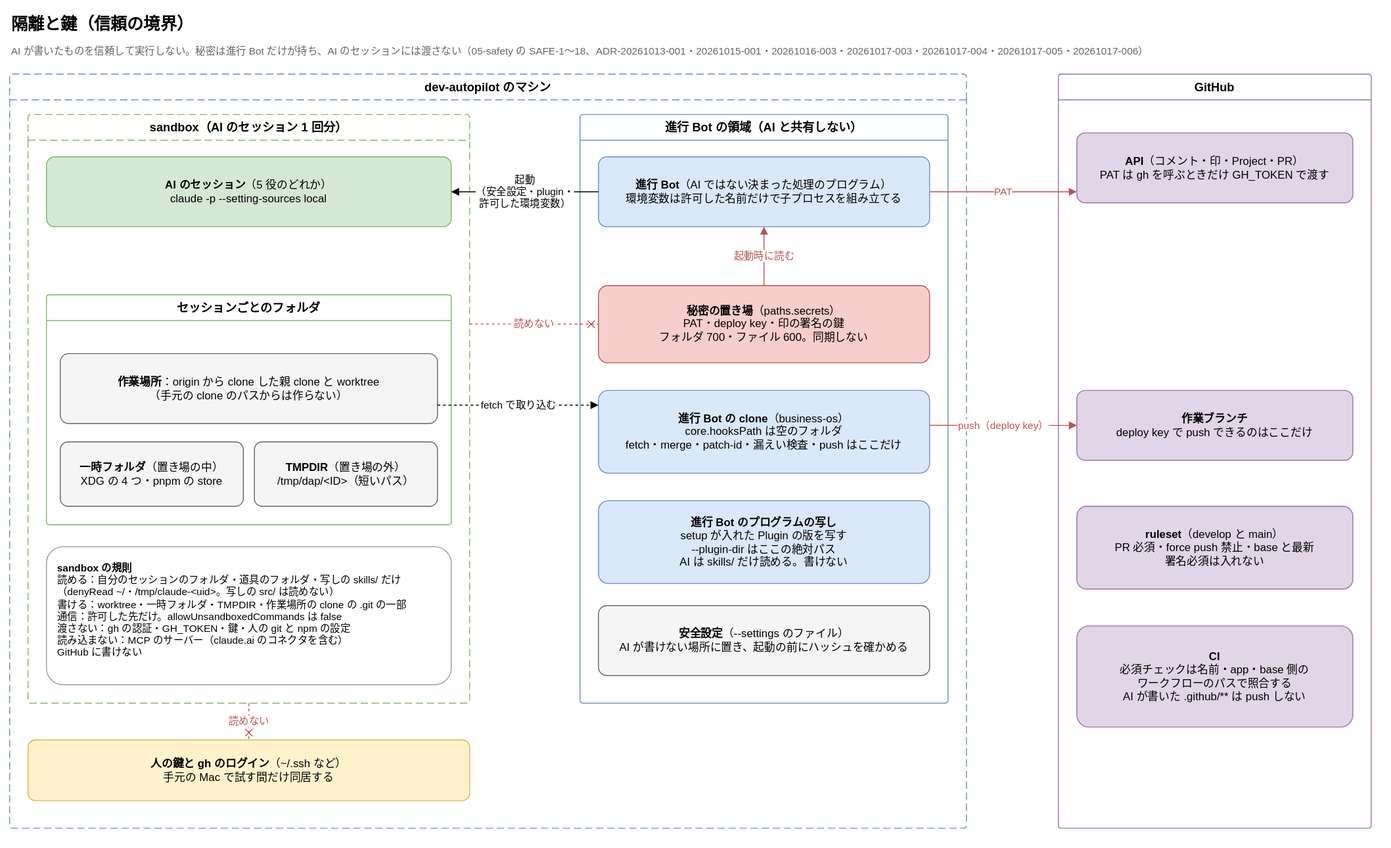
Earlier version of the draw.io export docs/diagrams/isolation-and-keys.drawio.svg (Joymerrevent/dev-autopilot). Source tidied: cells renumbered, new cells last; positions are measured from the earlier drawing's top-left corner, leaving out a move shared by most shapes.
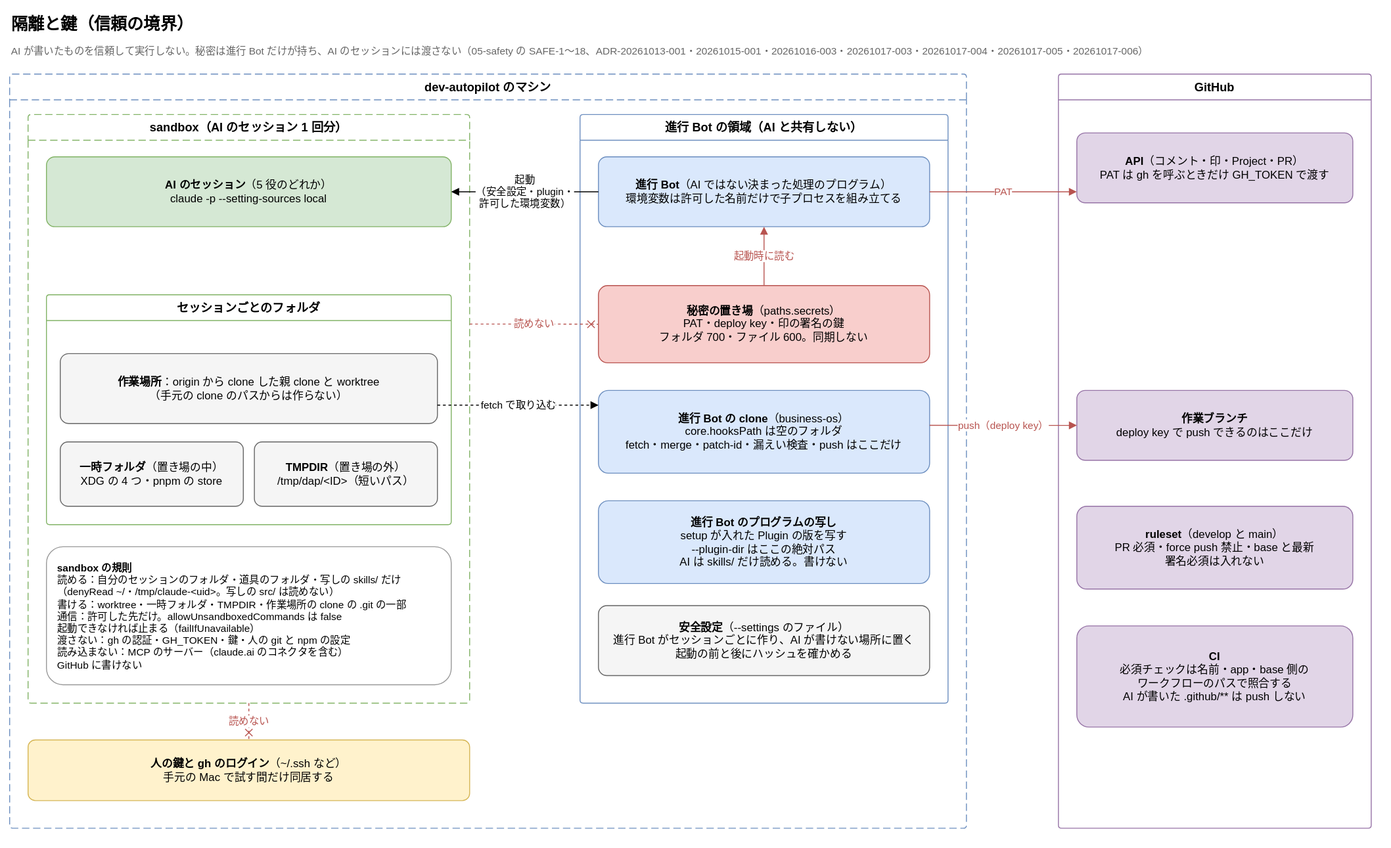
After the change.

Commit message:
docs: 隔離と鍵の図の安全設定と sandbox の規則を、セッションごとの安全設定に合わせる

Claude-Session: https://claude.ai/code/session_01D2kLkcEcZNwH8m2GL2g2Lt

What changed in the source:
```diff
@@ -29,7 +29,7 @@
     <mxCell id="10" value="&lt;b&gt;TMPDIR&lt;/b&gt;（置き場の外）&lt;br&gt;/tmp/dap/&amp;lt;ID&amp;gt;（短いパス）" style="rounded=1;whiteSpace=wrap;html=1;fontSize=12;arcSize=12;fillColor=#f5f5f5;strokeColor=#666666;spacing=12;" parent="7" vertex="1">
       <mxGeometry x="226" y="160" width="199" height="70" as="geometry" />
     </mxCell>
-    <mxCell id="11" value="&lt;b&gt;sandbox の規則&lt;/b&gt;&lt;br&gt;読める：自分のセッションのフォルダ・道具のフォルダ・写しの skills/ だけ&lt;br&gt;（denyRead ~/・/tmp/claude-&amp;lt;uid&amp;gt;。写しの src/ は読めない）&lt;br&gt;書ける：worktree・一時フォルダ・TMPDIR・作業場所の clone の .git の一部&lt;br&gt;通信：許可した先だけ。allowUnsandboxedCommands は false&lt;br&gt;渡さない：gh の認証・GH_TOKEN・鍵・人の git と npm の設定&lt;br&gt;読み込まない：MCP のサーバー（claude.ai のコネクタを含む）&lt;br&gt;GitHub に書けない" style="rounded=1;whiteSpace=wrap;html=1;fontSize=12;arcSize=12;align=left;verticalAlign=top;fontSize=11;fillColor=#ffffff;strokeColor=#999999;spacing=12;" parent="5" vertex="1">
+    <mxCell id="11" value="&lt;b&gt;sandbox の規則&lt;/b&gt;&lt;br&gt;読める：自分のセッションのフォルダ・道具のフォルダ・写しの skills/ だけ&lt;br&gt;（denyRead ~/・/tmp/claude-&amp;lt;uid&amp;gt;。写しの src/ は読めない）&lt;br&gt;書ける：worktree・一時フォルダ・TMPDIR・作業場所の clone の .git の一部&lt;br&gt;通信：許可した先だけ。allowUnsandboxedCommands は false&lt;br&gt;起動できなければ止まる（failIfUnavailable）&lt;br&gt;渡さない：gh の認証・GH_TOKEN・鍵・人の git と npm の設定&lt;br&gt;読み込まない：MCP のサーバー（claude.ai のコネクタを含む）&lt;br&gt;GitHub に書けない" style="rounded=1;whiteSpace=wrap;html=1;fontSize=12;arcSize=12;align=left;verticalAlign=top;fontSize=11;fillColor=#ffffff;strokeColor=#999999;spacing=12;" parent="5" vertex="1">
       <mxGeometry x="20" y="470" width="440" height="150" as="geometry" />
     </mxCell>
     <mxCell id="12" value="進行 Bot の領域（AI と共有しない）" style="swimlane;startSize=28;html=1;whiteSpace=wrap;rounded=1;arcSize=4;fontStyle=1;fontSize=13;strokeColor=#6c8ebf;fillColor=none;swimlaneFillColor=none;" parent="4" vertex="1">
@@ -47,7 +47,7 @@
     <mxCell id="16" value="&lt;b&gt;進行 Bot のプログラムの写し&lt;/b&gt;&lt;br&gt;setup が入れた Plugin の版を写す&lt;br&gt;--plugin-dir はここの絶対パス&lt;br&gt;AI は skills/ だけ読める。書けない" style="rounded=1;whiteSpace=wrap;html=1;fontSize=12;arcSize=12;fillColor=#dae8fc;strokeColor=#6c8ebf;spacing=12;" parent="12" vertex="1">
       <mxGeometry x="20" y="420" width="360" height="90" as="geometry" />
     </mxCell>
-    <mxCell id="17" value="&lt;b&gt;安全設定&lt;/b&gt;（--settings のファイル）&lt;br&gt;AI が書けない場所に置き、起動の前にハッシュを確かめる" style="rounded=1;whiteSpace=wrap;html=1;fontSize=12;arcSize=12;fillColor=#f5f5f5;strokeColor=#666666;spacing=12;" parent="12" vertex="1">
+    <mxCell id="17" value="&lt;b&gt;安全設定&lt;/b&gt;（--settings のファイル）&lt;br&gt;進行 Bot がセッションごとに作り、AI が書けない場所に置く&lt;br&gt;起動の前と後にハッシュを確かめる" style="rounded=1;whiteSpace=wrap;html=1;fontSize=12;arcSize=12;fillColor=#f5f5f5;strokeColor=#666666;spacing=12;" parent="12" vertex="1">
       <mxGeometry x="20" y="534" width="360" height="76" as="geometry" />
     </mxCell>
     <mxCell id="18" value="&lt;b&gt;人の鍵と gh のログイン&lt;/b&gt;（~/.ssh など）&lt;br&gt;手元の Mac で試す間だけ同居する" style="rounded=1;whiteSpace=wrap;html=1;fontSize=12;arcSize=12;fillColor=#fff2cc;strokeColor=#d6b656;spacing=12;" parent="4" vertex="1">
```
